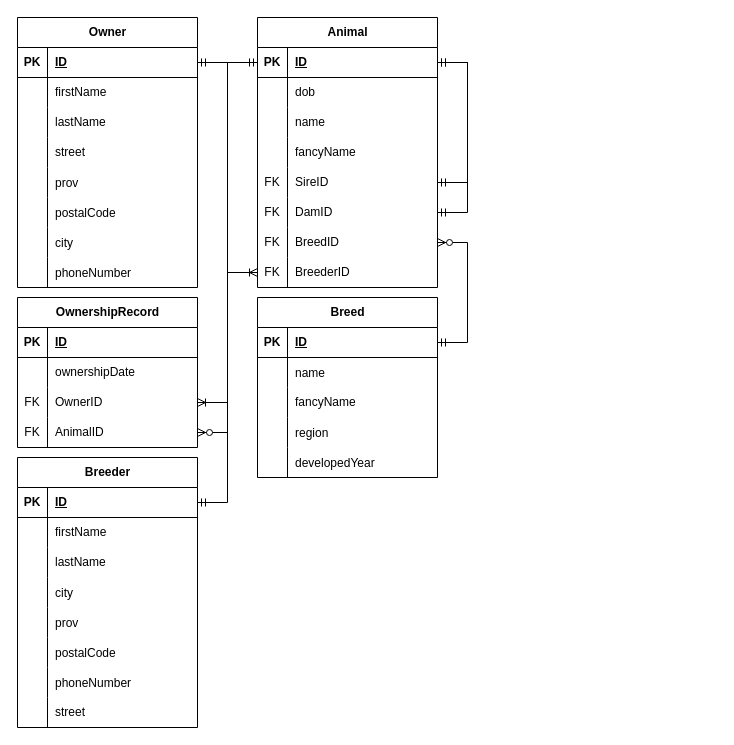
drusticc/drawio keeps this draw.io diagram as assign1.drawio. Above is the earlier version. Source tidied: cells renumbered, new cells numbered last; positions are measured from the earlier drawing's top-left corner, leaving out a move shared by most shapes. Both pictures are drawn from the tidied source at 100%, with x=0, y=0 at pixel (17, 17).
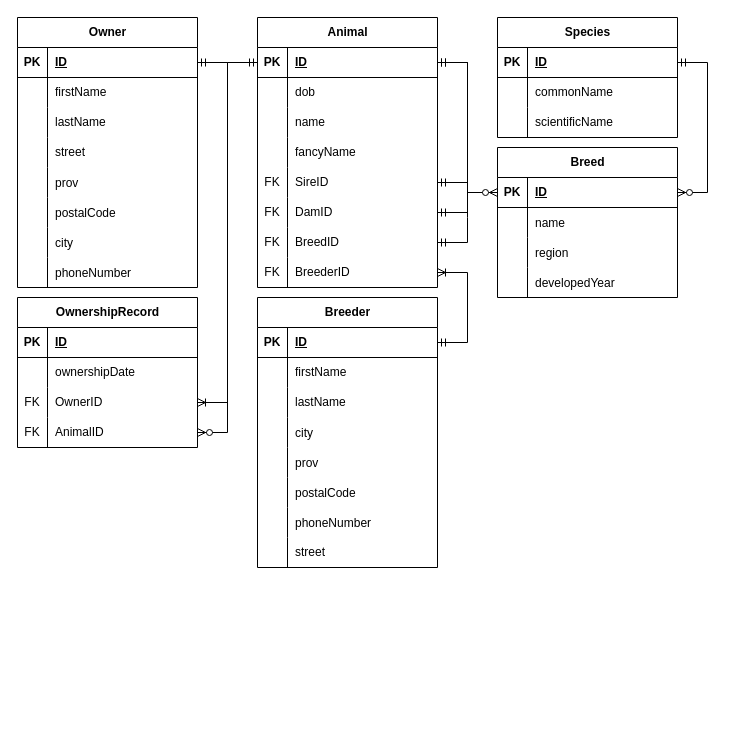
After the change.

The change refers to these unchanged cells:
```xml
<mxCell id="2" value="Animal" style="shape=table;startSize=30;childLayout=tableLayout;rowLines=0;fontStyle=1;align=center;html=1;" parent="1" vertex="1">
  <mxGeometry x="240" width="180" height="270" as="geometry" />
</mxCell>
<mxCell id="3" style="shape=tableRow;horizontal=0;startSize=0;swimlaneHead=0;swimlaneBody=0;fillColor=none;points=[[0,0.5],[1,0.5]];portConstraint=eastwest;top=0;left=0;right=0;bottom=1;" parent="2" vertex="1">
  <mxGeometry y="30" width="180" height="30" as="geometry" />
</mxCell>
<mxCell id="15" style="shape=tableRow;horizontal=0;startSize=0;swimlaneHead=0;swimlaneBody=0;fillColor=none;points=[[0,0.5],[1,0.5]];portConstraint=eastwest;top=0;left=0;right=0;bottom=0;" parent="2" vertex="1">
  <mxGeometry y="150" width="180" height="30" as="geometry" />
</mxCell>
<mxCell id="18" style="shape=tableRow;horizontal=0;startSize=0;swimlaneHead=0;swimlaneBody=0;fillColor=none;points=[[0,0.5],[1,0.5]];portConstraint=eastwest;top=0;left=0;right=0;bottom=0;" parent="2" vertex="1">
  <mxGeometry y="180" width="180" height="30" as="geometry" />
</mxCell>
<mxCell id="23" style="shape=tableRow;horizontal=0;startSize=0;swimlaneHead=0;swimlaneBody=0;fillColor=none;points=[[0,0.5],[1,0.5]];portConstraint=eastwest;top=0;left=0;right=0;bottom=0;" parent="2" vertex="1">
  <mxGeometry y="210" width="180" height="30" as="geometry" />
</mxCell>
<mxCell id="26" style="shape=tableRow;horizontal=0;startSize=0;swimlaneHead=0;swimlaneBody=0;fillColor=none;points=[[0,0.5],[1,0.5]];portConstraint=eastwest;top=0;left=0;right=0;bottom=0;" parent="2" vertex="1">
  <mxGeometry y="240" width="180" height="30" as="geometry" />
</mxCell>
<mxCell id="70" style="shape=tableRow;horizontal=0;startSize=0;swimlaneHead=0;swimlaneBody=0;fillColor=none;points=[[0,0.5],[1,0.5]];portConstraint=eastwest;top=0;left=0;right=0;bottom=1;" parent="69" vertex="1">
  <mxGeometry y="30" width="180" height="30" as="geometry" />
</mxCell>
<mxCell id="86" style="shape=tableRow;horizontal=0;startSize=0;swimlaneHead=0;swimlaneBody=0;fillColor=none;points=[[0,0.5],[1,0.5]];portConstraint=eastwest;top=0;left=0;right=0;bottom=1;" parent="85" vertex="1">
  <mxGeometry y="30" width="180" height="30" as="geometry" />
</mxCell>
```

What changed in the source:
```diff
@@
-    <mxCell id="21" style="edgeStyle=entityRelationEdgeStyle;fontSize=12;html=1;endArrow=ERmandOne;startArrow=ERmandOne;rounded=0;entryX=1;entryY=0.5;entryDx=0;entryDy=0;exitX=1;exitY=0.5;exitDx=0;exitDy=0;" parent="2" edge="1" source="18" target="3">
-      <mxGeometry relative="1" as="geometry" />
-    </mxCell>
-    <mxCell id="22" style="edgeStyle=entityRelationEdgeStyle;fontSize=12;html=1;endArrow=ERmandOne;startArrow=ERmandOne;rounded=0;exitX=1;exitY=0.5;exitDx=0;exitDy=0;entryX=1;entryY=0.5;entryDx=0;entryDy=0;" parent="2" edge="1" source="15" target="3">
-      <mxGeometry relative="1" as="geometry" />
-    </mxCell>
@@
+    <mxCell id="22" style="edgeStyle=entityRelationEdgeStyle;fontSize=12;html=1;endArrow=ERmandOne;startArrow=ERmandOne;rounded=0;exitX=1;exitY=0.5;exitDx=0;exitDy=0;entryX=1;entryY=0.5;entryDx=0;entryDy=0;" parent="2" edge="1" source="15" target="3">
+      <mxGeometry relative="1" as="geometry" />
+    </mxCell>
+    <mxCell id="21" style="edgeStyle=entityRelationEdgeStyle;fontSize=12;html=1;endArrow=ERmandOne;startArrow=ERmandOne;rounded=0;exitX=1;exitY=0.5;exitDx=0;exitDy=0;entryX=1;entryY=0.5;entryDx=0;entryDy=0;" parent="2" edge="1" source="18" target="3">
+      <mxGeometry relative="1" as="geometry" />
+    </mxCell>
@@
     <mxCell id="69" value="Breed" style="shape=table;startSize=30;childLayout=tableLayout;rowLines=0;fontStyle=1;align=center;html=1;" parent="1" vertex="1">
-      <mxGeometry x="240" y="280" width="180" height="180" as="geometry" />
+      <mxGeometry x="480" y="130" width="180" height="150" as="geometry" />
     </mxCell>
@@
-    <mxCell id="76" style="shape=tableRow;horizontal=0;startSize=0;swimlaneHead=0;swimlaneBody=0;fillColor=none;top=0;left=0;right=0;bottom=0;" parent="69" vertex="1">
-      <mxGeometry y="90" width="180" height="30" as="geometry" />
-    </mxCell>
-    <mxCell id="77" style="shape=partialRectangle;fillColor=none;top=0;left=0;bottom=0;right=0;overflow=hidden;whiteSpace=wrap;html=1;" parent="76" vertex="1">
-      <mxGeometry width="30" height="30" as="geometry" />
-    </mxCell>
-    <mxCell id="78" value="fancyName" style="shape=partialRectangle;fillColor=none;top=0;left=0;bottom=0;right=0;align=left;spacingLeft=6;overflow=hidden;whiteSpace=wrap;html=1;" parent="76" vertex="1">
-      <mxGeometry x="30" width="150" height="30" as="geometry" />
-    </mxCell>
     <mxCell id="79" style="shape=tableRow;horizontal=0;startSize=0;swimlaneHead=0;swimlaneBody=0;fillColor=none;top=0;left=0;right=0;bottom=0;" parent="69" vertex="1">
-      <mxGeometry y="120" width="180" height="30" as="geometry" />
+      <mxGeometry y="90" width="180" height="30" as="geometry" />
     </mxCell>
@@
     <mxCell id="82" style="shape=tableRow;horizontal=0;startSize=0;swimlaneHead=0;swimlaneBody=0;fillColor=none;top=0;left=0;right=0;bottom=0;" parent="69" vertex="1">
-      <mxGeometry y="150" width="180" height="30" as="geometry" />
+      <mxGeometry y="120" width="180" height="30" as="geometry" />
     </mxCell>
@@
     <mxCell id="85" value="Breeder" style="shape=table;startSize=30;childLayout=tableLayout;rowLines=0;fontStyle=1;align=center;html=1;" parent="1" vertex="1">
-      <mxGeometry y="440" width="180" height="270" as="geometry" />
+      <mxGeometry x="240" y="280" width="180" height="270" as="geometry" />
     </mxCell>
@@
-    <mxCell id="110" style="edgeStyle=entityRelationEdgeStyle;fontSize=12;html=1;endArrow=ERoneToMany;startArrow=ERmandOne;rounded=0;exitX=1;exitY=0.5;exitDx=0;exitDy=0;entryX=0;entryY=0.5;entryDx=0;entryDy=0;" parent="1" edge="1" source="86" target="26">
+    <mxCell id="110" style="edgeStyle=entityRelationEdgeStyle;fontSize=12;html=1;endArrow=ERoneToMany;startArrow=ERmandOne;rounded=0;exitX=1;exitY=0.5;exitDx=0;exitDy=0;entryX=1;entryY=0.5;entryDx=0;entryDy=0;" parent="1" edge="1" source="86" target="26">
       <mxGeometry relative="1" as="geometry" />
     </mxCell>
-    <mxCell id="111" style="edgeStyle=entityRelationEdgeStyle;fontSize=12;html=1;endArrow=ERzeroToMany;startArrow=ERmandOne;rounded=0;exitX=1;exitY=0.5;exitDx=0;exitDy=0;entryX=1;entryY=0.5;entryDx=0;entryDy=0;" parent="1" edge="1" source="70" target="23">
+    <mxCell id="111" style="edgeStyle=entityRelationEdgeStyle;fontSize=12;html=1;endArrow=ERzeroToMany;startArrow=ERmandOne;rounded=0;entryX=0;entryY=0.5;entryDx=0;entryDy=0;exitX=1;exitY=0.5;exitDx=0;exitDy=0;" parent="1" edge="1" source="23" target="70">
       <mxGeometry relative="1" as="geometry" />
     </mxCell>
+    <mxCell id="112" value="Species" style="shape=table;startSize=30;childLayout=tableLayout;rowLines=0;fontStyle=1;align=center;html=1;" parent="1" vertex="1">
+      <mxGeometry x="480" width="180" height="120" as="geometry" />
+    </mxCell>
+    <mxCell id="113" style="shape=tableRow;horizontal=0;startSize=0;swimlaneHead=0;swimlaneBody=0;fillColor=none;points=[[0,0.5],[1,0.5]];portConstraint=eastwest;top=0;left=0;right=0;bottom=1;" parent="112" vertex="1">
+      <mxGeometry y="30" width="180" height="30" as="geometry" />
+    </mxCell>
+    <mxCell id="114" value="PK" style="shape=partialRectangle;fillColor=none;top=0;left=0;bottom=0;right=0;fontStyle=1;overflow=hidden;whiteSpace=wrap;html=1;" parent="113" vertex="1">
+      <mxGeometry width="30" height="30" as="geometry" />
+    </mxCell>
+    <mxCell id="115" value="ID" style="shape=partialRectangle;fillColor=none;top=0;left=0;bottom=0;right=0;align=left;spacingLeft=6;fontStyle=5;overflow=hidden;whiteSpace=wrap;html=1;" parent="113" vertex="1">
+      <mxGeometry x="30" width="150" height="30" as="geometry" />
+    </mxCell>
+    <mxCell id="116" style="shape=tableRow;horizontal=0;startSize=0;swimlaneHead=0;swimlaneBody=0;fillColor=none;top=0;left=0;right=0;bottom=0;" parent="112" vertex="1">
+      <mxGeometry y="60" width="180" height="30" as="geometry" />
+    </mxCell>
+    <mxCell id="117" style="shape=partialRectangle;fillColor=none;top=0;left=0;bottom=0;right=0;overflow=hidden;whiteSpace=wrap;html=1;" parent="116" vertex="1">
+      <mxGeometry width="30" height="30" as="geometry" />
+    </mxCell>
+    <mxCell id="118" value="commonName" style="shape=partialRectangle;fillColor=none;top=0;left=0;bottom=0;right=0;align=left;spacingLeft=6;overflow=hidden;whiteSpace=wrap;html=1;" parent="116" vertex="1">
+      <mxGeometry x="30" width="150" height="30" as="geometry" />
+    </mxCell>
+    <mxCell id="76" style="shape=tableRow;horizontal=0;startSize=0;swimlaneHead=0;swimlaneBody=0;fillColor=none;top=0;left=0;right=0;bottom=0;" parent="112" vertex="1">
+      <mxGeometry y="90" width="180" height="30" as="geometry" />
+    </mxCell>
+    <mxCell id="119" style="shape=partialRectangle;fillColor=none;top=0;left=0;bottom=0;right=0;overflow=hidden;whiteSpace=wrap;html=1;" parent="76" vertex="1">
+      <mxGeometry width="30" height="30" as="geometry" />
+    </mxCell>
+    <mxCell id="120" value="scientificName" style="shape=partialRectangle;fillColor=none;top=0;left=0;bottom=0;right=0;align=left;spacingLeft=6;overflow=hidden;whiteSpace=wrap;html=1;" parent="76" vertex="1">
+      <mxGeometry x="30" width="150" height="30" as="geometry" />
+    </mxCell>
+    <mxCell id="121" style="edgeStyle=entityRelationEdgeStyle;fontSize=12;html=1;endArrow=ERzeroToMany;startArrow=ERmandOne;rounded=0;exitX=1;exitY=0.5;exitDx=0;exitDy=0;" parent="1" edge="1" source="113" target="70">
+      <mxGeometry relative="1" as="geometry" />
+    </mxCell>
```
